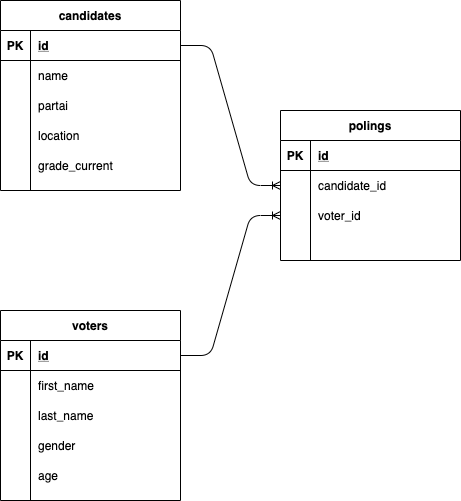
Above: Schema - Poll DB.png in akbarhabiby/draw.io (draw.io), before the change. Source tidied: cells renumbered, new cells last; positions are measured from the earlier drawing's top-left corner, leaving out a move shared by most shapes. Source of this version:
```xml
<mxGraphModel>
  <root>
    <mxCell id="0" />
    <mxCell id="1" parent="0" />
    <mxCell id="2" style="edgeStyle=entityRelationEdgeStyle;fontSize=12;html=1;endArrow=ERoneToMany;entryX=0;entryY=0.5;entryDx=0;entryDy=0;exitX=1;exitY=0.5;exitDx=0;exitDy=0;" parent="1" edge="1" source="5" target="40">
      <mxGeometry relative="1" as="geometry" />
    </mxCell>
    <mxCell id="3" style="edgeStyle=entityRelationEdgeStyle;fontSize=12;html=1;endArrow=ERoneToMany;exitX=1;exitY=0.5;exitDx=0;exitDy=0;entryX=0;entryY=0.5;entryDx=0;entryDy=0;" parent="1" edge="1" source="21" target="43">
      <mxGeometry relative="1" as="geometry" />
    </mxCell>
    <mxCell id="4" value="candidates" style="shape=table;startSize=30;rowLines=0;fontStyle=1;align=center;" parent="1" vertex="1">
      <mxGeometry width="180" height="190" as="geometry" />
    </mxCell>
    <mxCell id="5" style="shape=partialRectangle;fillColor=none;top=0;left=0;bottom=1;right=0;points=[[0,0.5],[1,0.5]];portConstraint=eastwest;" parent="4" vertex="1">
      <mxGeometry y="30" width="180" height="30" as="geometry" />
    </mxCell>
    <mxCell id="6" value="PK" style="shape=partialRectangle;fillColor=none;top=0;left=0;bottom=0;right=0;fontStyle=1;overflow=hidden;" parent="5" vertex="1">
      <mxGeometry width="30" height="30" as="geometry" />
    </mxCell>
    <mxCell id="7" value="id" style="shape=partialRectangle;fillColor=none;top=0;left=0;bottom=0;right=0;align=left;spacingLeft=6;fontStyle=5;overflow=hidden;" parent="5" vertex="1">
      <mxGeometry x="30" width="150" height="30" as="geometry" />
    </mxCell>
    <mxCell id="8" style="shape=partialRectangle;fillColor=none;top=0;left=0;bottom=0;right=0;" parent="4" vertex="1">
      <mxGeometry y="60" width="180" height="30" as="geometry" />
    </mxCell>
    <mxCell id="9" style="shape=partialRectangle;fillColor=none;top=0;left=0;bottom=0;right=0;overflow=hidden;" parent="8" vertex="1">
      <mxGeometry width="30" height="30" as="geometry" />
    </mxCell>
    <mxCell id="10" value="name" style="shape=partialRectangle;fillColor=none;top=0;left=0;bottom=0;right=0;align=left;spacingLeft=6;overflow=hidden;" parent="8" vertex="1">
      <mxGeometry x="30" width="150" height="30" as="geometry" />
    </mxCell>
    <mxCell id="11" style="shape=partialRectangle;fillColor=none;top=0;left=0;bottom=0;right=0;" parent="4" vertex="1">
      <mxGeometry y="90" width="180" height="30" as="geometry" />
    </mxCell>
    <mxCell id="12" style="shape=partialRectangle;fillColor=none;top=0;left=0;bottom=0;right=0;overflow=hidden;" parent="11" vertex="1">
      <mxGeometry width="30" height="30" as="geometry" />
    </mxCell>
    <mxCell id="13" value="partai" style="shape=partialRectangle;fillColor=none;top=0;left=0;bottom=0;right=0;align=left;spacingLeft=6;overflow=hidden;" parent="11" vertex="1">
      <mxGeometry x="30" width="150" height="30" as="geometry" />
    </mxCell>
    <mxCell id="14" style="shape=partialRectangle;fillColor=none;top=0;left=0;bottom=0;right=0;" parent="4" vertex="1">
      <mxGeometry y="120" width="180" height="30" as="geometry" />
    </mxCell>
    <mxCell id="15" style="shape=partialRectangle;fillColor=none;top=0;left=0;bottom=0;right=0;overflow=hidden;" parent="14" vertex="1">
      <mxGeometry width="30" height="30" as="geometry" />
    </mxCell>
    <mxCell id="16" value="location" style="shape=partialRectangle;fillColor=none;top=0;left=0;bottom=0;right=0;align=left;spacingLeft=6;overflow=hidden;" parent="14" vertex="1">
      <mxGeometry x="30" width="150" height="30" as="geometry" />
    </mxCell>
    <mxCell id="17" style="shape=partialRectangle;fillColor=none;top=0;left=0;bottom=0;right=0;" parent="4" vertex="1">
      <mxGeometry y="150" width="180" height="30" as="geometry" />
    </mxCell>
    <mxCell id="18" style="shape=partialRectangle;fillColor=none;top=0;left=0;bottom=0;right=0;overflow=hidden;" parent="17" vertex="1">
      <mxGeometry width="30" height="30" as="geometry" />
    </mxCell>
    <mxCell id="19" value="grade_current" style="shape=partialRectangle;fillColor=none;top=0;left=0;bottom=0;right=0;align=left;spacingLeft=6;overflow=hidden;" parent="17" vertex="1">
      <mxGeometry x="30" width="150" height="30" as="geometry" />
    </mxCell>
    <mxCell id="20" value="voters" style="shape=table;startSize=30;rowLines=0;fontStyle=1;align=center;" parent="1" vertex="1">
      <mxGeometry y="310" width="180" height="190" as="geometry" />
    </mxCell>
    <mxCell id="21" style="shape=partialRectangle;fillColor=none;top=0;left=0;bottom=1;right=0;points=[[0,0.5],[1,0.5]];portConstraint=eastwest;" parent="20" vertex="1">
      <mxGeometry y="30" width="180" height="30" as="geometry" />
    </mxCell>
    <mxCell id="22" value="PK" style="shape=partialRectangle;fillColor=none;top=0;left=0;bottom=0;right=0;fontStyle=1;overflow=hidden;" parent="21" vertex="1">
      <mxGeometry width="30" height="30" as="geometry" />
    </mxCell>
    <mxCell id="23" value="id" style="shape=partialRectangle;fillColor=none;top=0;left=0;bottom=0;right=0;align=left;spacingLeft=6;fontStyle=5;overflow=hidden;" parent="21" vertex="1">
      <mxGeometry x="30" width="150" height="30" as="geometry" />
    </mxCell>
    <mxCell id="24" style="shape=partialRectangle;fillColor=none;top=0;left=0;bottom=0;right=0;" parent="20" vertex="1">
      <mxGeometry y="60" width="180" height="30" as="geometry" />
    </mxCell>
    <mxCell id="25" style="shape=partialRectangle;fillColor=none;top=0;left=0;bottom=0;right=0;overflow=hidden;" parent="24" vertex="1">
      <mxGeometry width="30" height="30" as="geometry" />
    </mxCell>
    <mxCell id="26" value="first_name" style="shape=partialRectangle;fillColor=none;top=0;left=0;bottom=0;right=0;align=left;spacingLeft=6;overflow=hidden;" parent="24" vertex="1">
      <mxGeometry x="30" width="150" height="30" as="geometry" />
    </mxCell>
    <mxCell id="27" style="shape=partialRectangle;fillColor=none;top=0;left=0;bottom=0;right=0;" parent="20" vertex="1">
      <mxGeometry y="90" width="180" height="30" as="geometry" />
    </mxCell>
    <mxCell id="28" style="shape=partialRectangle;fillColor=none;top=0;left=0;bottom=0;right=0;overflow=hidden;" parent="27" vertex="1">
      <mxGeometry width="30" height="30" as="geometry" />
    </mxCell>
    <mxCell id="29" value="last_name" style="shape=partialRectangle;fillColor=none;top=0;left=0;bottom=0;right=0;align=left;spacingLeft=6;overflow=hidden;" parent="27" vertex="1">
      <mxGeometry x="30" width="150" height="30" as="geometry" />
    </mxCell>
    <mxCell id="30" style="shape=partialRectangle;fillColor=none;top=0;left=0;bottom=0;right=0;" parent="20" vertex="1">
      <mxGeometry y="120" width="180" height="30" as="geometry" />
    </mxCell>
    <mxCell id="31" style="shape=partialRectangle;fillColor=none;top=0;left=0;bottom=0;right=0;overflow=hidden;" parent="30" vertex="1">
      <mxGeometry width="30" height="30" as="geometry" />
    </mxCell>
    <mxCell id="32" value="gender" style="shape=partialRectangle;fillColor=none;top=0;left=0;bottom=0;right=0;align=left;spacingLeft=6;overflow=hidden;" parent="30" vertex="1">
      <mxGeometry x="30" width="150" height="30" as="geometry" />
    </mxCell>
    <mxCell id="33" style="shape=partialRectangle;fillColor=none;top=0;left=0;bottom=0;right=0;" parent="20" vertex="1">
      <mxGeometry y="150" width="180" height="30" as="geometry" />
    </mxCell>
    <mxCell id="34" style="shape=partialRectangle;fillColor=none;top=0;left=0;bottom=0;right=0;overflow=hidden;" parent="33" vertex="1">
      <mxGeometry width="30" height="30" as="geometry" />
    </mxCell>
    <mxCell id="35" value="age" style="shape=partialRectangle;fillColor=none;top=0;left=0;bottom=0;right=0;align=left;spacingLeft=6;overflow=hidden;" parent="33" vertex="1">
      <mxGeometry x="30" width="150" height="30" as="geometry" />
    </mxCell>
    <mxCell id="36" value="polings" style="shape=table;startSize=30;rowLines=0;fontStyle=1;align=center;" parent="1" vertex="1">
      <mxGeometry x="280" y="110" width="180" height="150" as="geometry" />
    </mxCell>
    <mxCell id="37" style="shape=partialRectangle;fillColor=none;top=0;left=0;bottom=1;right=0;" parent="36" vertex="1">
      <mxGeometry y="30" width="180" height="30" as="geometry" />
    </mxCell>
    <mxCell id="38" value="PK" style="shape=partialRectangle;fillColor=none;top=0;left=0;bottom=0;right=0;fontStyle=1;overflow=hidden;" parent="37" vertex="1">
      <mxGeometry width="30" height="30" as="geometry" />
    </mxCell>
    <mxCell id="39" value="id" style="shape=partialRectangle;fillColor=none;top=0;left=0;bottom=0;right=0;align=left;spacingLeft=6;fontStyle=5;overflow=hidden;" parent="37" vertex="1">
      <mxGeometry x="30" width="150" height="30" as="geometry" />
    </mxCell>
    <mxCell id="40" style="shape=partialRectangle;fillColor=none;top=0;left=0;bottom=0;right=0;points=[[0,0.5],[1,0.5]];portConstraint=eastwest;" parent="36" vertex="1">
      <mxGeometry y="60" width="180" height="30" as="geometry" />
    </mxCell>
    <mxCell id="41" style="shape=partialRectangle;fillColor=none;top=0;left=0;bottom=0;right=0;overflow=hidden;" parent="40" vertex="1">
      <mxGeometry width="30" height="30" as="geometry" />
    </mxCell>
    <mxCell id="42" value="candidate_id" style="shape=partialRectangle;fillColor=none;top=0;left=0;bottom=0;right=0;align=left;spacingLeft=6;overflow=hidden;" parent="40" vertex="1">
      <mxGeometry x="30" width="150" height="30" as="geometry" />
    </mxCell>
    <mxCell id="43" style="shape=partialRectangle;fillColor=none;top=0;left=0;bottom=0;right=0;points=[[0,0.5],[1,0.5]];portConstraint=eastwest;" parent="36" vertex="1">
      <mxGeometry y="90" width="180" height="30" as="geometry" />
    </mxCell>
    <mxCell id="44" style="shape=partialRectangle;fillColor=none;top=0;left=0;bottom=0;right=0;overflow=hidden;" parent="43" vertex="1">
      <mxGeometry width="30" height="30" as="geometry" />
    </mxCell>
    <mxCell id="45" value="voter_id" style="shape=partialRectangle;fillColor=none;top=0;left=0;bottom=0;right=0;align=left;spacingLeft=6;overflow=hidden;" parent="43" vertex="1">
      <mxGeometry x="30" width="150" height="30" as="geometry" />
    </mxCell>
    <mxCell id="46" style="shape=partialRectangle;fillColor=none;top=0;left=0;bottom=0;right=0;" parent="36" vertex="1">
      <mxGeometry y="120" width="180" height="30" as="geometry" />
    </mxCell>
    <mxCell id="47" style="shape=partialRectangle;fillColor=none;top=0;left=0;bottom=0;right=0;overflow=hidden;" parent="46" vertex="1">
      <mxGeometry width="30" height="30" as="geometry" />
    </mxCell>
    <mxCell id="48" style="shape=partialRectangle;fillColor=none;top=0;left=0;bottom=0;right=0;align=left;spacingLeft=6;overflow=hidden;" parent="46" vertex="1">
      <mxGeometry x="30" width="150" height="30" as="geometry" />
    </mxCell>
  </root>
</mxGraphModel>
```
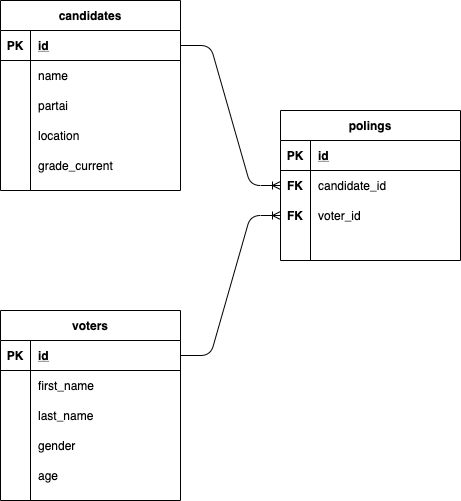
After the change.

Change to the diagram source:
```diff
@@ -119,7 +119,7 @@
     <mxCell id="40" style="shape=partialRectangle;fillColor=none;top=0;left=0;bottom=0;right=0;points=[[0,0.5],[1,0.5]];portConstraint=eastwest;" parent="36" vertex="1">
       <mxGeometry y="60" width="180" height="30" as="geometry" />
     </mxCell>
-    <mxCell id="41" style="shape=partialRectangle;fillColor=none;top=0;left=0;bottom=0;right=0;overflow=hidden;" parent="40" vertex="1">
+    <mxCell id="41" value="FK" style="shape=partialRectangle;fillColor=none;top=0;left=0;bottom=0;right=0;overflow=hidden;fontStyle=1;" parent="40" vertex="1">
       <mxGeometry width="30" height="30" as="geometry" />
     </mxCell>
     <mxCell id="42" value="candidate_id" style="shape=partialRectangle;fillColor=none;top=0;left=0;bottom=0;right=0;align=left;spacingLeft=6;overflow=hidden;" parent="40" vertex="1">
@@ -128,7 +128,7 @@
     <mxCell id="43" style="shape=partialRectangle;fillColor=none;top=0;left=0;bottom=0;right=0;points=[[0,0.5],[1,0.5]];portConstraint=eastwest;" parent="36" vertex="1">
       <mxGeometry y="90" width="180" height="30" as="geometry" />
     </mxCell>
-    <mxCell id="44" style="shape=partialRectangle;fillColor=none;top=0;left=0;bottom=0;right=0;overflow=hidden;" parent="43" vertex="1">
+    <mxCell id="44" value="FK" style="shape=partialRectangle;fillColor=none;top=0;left=0;bottom=0;right=0;overflow=hidden;fontStyle=1;" parent="43" vertex="1">
       <mxGeometry width="30" height="30" as="geometry" />
     </mxCell>
     <mxCell id="45" value="voter_id" style="shape=partialRectangle;fillColor=none;top=0;left=0;bottom=0;right=0;align=left;spacingLeft=6;overflow=hidden;" parent="43" vertex="1">
```
